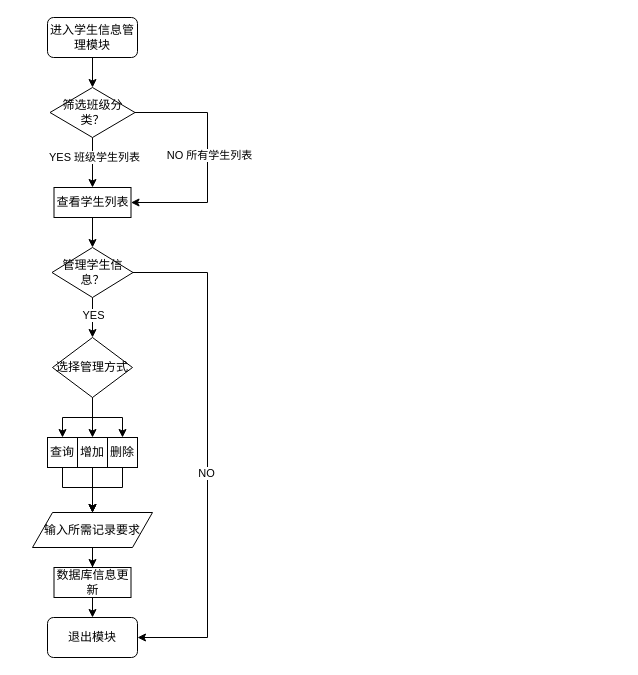
Above: 33Untitled Diagram.drawio in Ekko306/diagrams.net (draw.io), before the change. Source tidied: cells renumbered, new cells numbered last; positions are measured from the earlier drawing's top-left corner, leaving out a move shared by most shapes. Both pictures are drawn from the tidied source at 100%, with x=0, y=0 at pixel (32, 17).
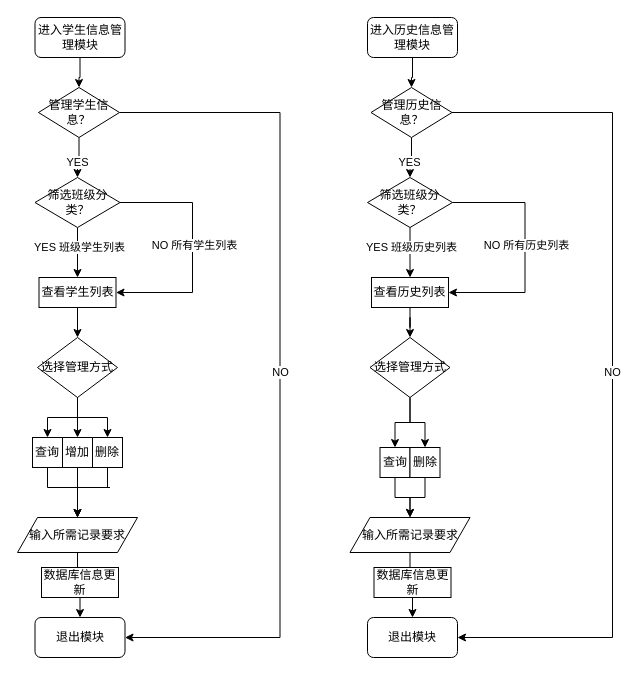
The same diagram, later.

Change to the diagram source:
```diff
@@
-    <mxCell id="2" style="edgeStyle=orthogonalEdgeStyle;rounded=0;jettySize=auto;html=1;entryX=0.5;entryY=0;entryDx=0;entryDy=0;" parent="1" edge="1" source="3" target="8">
-      <mxGeometry relative="1" as="geometry" />
-    </mxCell>
+    <mxCell id="31" style="edgeStyle=orthogonalEdgeStyle;rounded=0;jettySize=auto;html=1;entryX=0.5;entryY=0;entryDx=0;entryDy=0;" parent="1" edge="1" source="3" target="16">
+      <mxGeometry relative="1" as="geometry" />
+    </mxCell>
     <mxCell id="3" value="进入学生信息管理模块" style="rounded=1;whiteSpace=wrap;html=1;" parent="1" vertex="1">
-      <mxGeometry x="15" width="90" height="40" as="geometry" />
+      <mxGeometry x="2.5" width="90" height="40" as="geometry" />
     </mxCell>
-    <mxCell id="4" style="edgeStyle=orthogonalEdgeStyle;rounded=0;jettySize=auto;html=1;entryX=0.5;entryY=0;entryDx=0;entryDy=0;" parent="1" edge="1" source="8" target="11">
-      <mxGeometry relative="1" as="geometry" />
-    </mxCell>
-    <mxCell id="5" value="YES 班级学生列表" style="edgeLabel;html=1;align=center;verticalAlign=middle;" parent="4" vertex="1">
-      <mxGeometry x="-0.23" y="1" relative="1" as="geometry" />
-    </mxCell>
-    <mxCell id="6" style="edgeStyle=orthogonalEdgeStyle;rounded=0;jettySize=auto;html=1;entryX=1;entryY=0.5;entryDx=0;entryDy=0;" parent="1" edge="1" source="8" target="11">
-      <mxGeometry relative="1" as="geometry">
-        <Array as="points">
-          <mxPoint x="175" y="95" />
-          <mxPoint x="175" y="185" />
-        </Array>
-      </mxGeometry>
-    </mxCell>
-    <mxCell id="7" value="NO 所有学生列表" style="edgeLabel;html=1;align=center;verticalAlign=middle;" parent="6" vertex="1">
-      <mxGeometry x="-0.04" y="1" relative="1" as="geometry" />
-    </mxCell>
-    <mxCell id="8" value="筛选班级分类？" style="rhombus;whiteSpace=wrap;html=1;" parent="1" vertex="1">
-      <mxGeometry x="17.5" y="70" width="85" height="50" as="geometry" />
-    </mxCell>
     <mxCell id="9" value="退出模块" style="rounded=1;whiteSpace=wrap;html=1;" parent="1" vertex="1">
-      <mxGeometry x="15" y="600" width="90" height="40" as="geometry" />
+      <mxGeometry x="2.5" y="600" width="90" height="40" as="geometry" />
     </mxCell>
-    <mxCell id="10" style="edgeStyle=orthogonalEdgeStyle;rounded=0;jettySize=auto;html=1;entryX=0.5;entryY=0;entryDx=0;entryDy=0;" parent="1" edge="1" source="11" target="16">
-      <mxGeometry relative="1" as="geometry" />
-    </mxCell>
-    <mxCell id="11" value="查看学生列表" style="rounded=0;whiteSpace=wrap;html=1;" parent="1" vertex="1">
-      <mxGeometry x="21.5" y="170" width="77" height="30" as="geometry" />
-    </mxCell>
-    <mxCell id="12" style="edgeStyle=orthogonalEdgeStyle;rounded=0;jettySize=auto;html=1;entryX=0.5;entryY=0;entryDx=0;entryDy=0;" parent="1" edge="1" source="16">
-      <mxGeometry relative="1" as="geometry">
-        <mxPoint x="60" y="320" as="targetPoint" />
-      </mxGeometry>
-    </mxCell>
-    <mxCell id="13" value="YES" style="edgeLabel;html=1;align=center;verticalAlign=middle;" parent="12" vertex="1">
-      <mxGeometry x="-0.17" relative="1" as="geometry" />
-    </mxCell>
-    <mxCell id="14" style="edgeStyle=orthogonalEdgeStyle;rounded=0;jettySize=auto;html=1;entryX=1;entryY=0.5;entryDx=0;entryDy=0;" parent="1" edge="1" source="16" target="9">
+    <mxCell id="14" value="NO" style="edgeStyle=orthogonalEdgeStyle;rounded=0;jettySize=auto;html=1;entryX=1;entryY=0.5;entryDx=0;entryDy=0;" parent="1" edge="1" source="16" target="9">
       <mxGeometry relative="1" as="geometry">
         <Array as="points">
-          <mxPoint x="175" y="255" />
-          <mxPoint x="175" y="620" />
+          <mxPoint x="247.5" y="95" />
+          <mxPoint x="247.5" y="620" />
         </Array>
       </mxGeometry>
     </mxCell>
-    <mxCell id="15" value="NO" style="edgeLabel;html=1;align=center;verticalAlign=middle;" parent="14" vertex="1">
-      <mxGeometry x="0.08" y="-2" relative="1" as="geometry" />
-    </mxCell>
+    <mxCell id="32" style="edgeStyle=orthogonalEdgeStyle;rounded=0;jettySize=auto;html=1;entryX=0.5;entryY=0;entryDx=0;entryDy=0;" parent="1" edge="1" source="16" target="36">
+      <mxGeometry relative="1" as="geometry" />
+    </mxCell>
+    <mxCell id="33" value="YES" style="edgeLabel;html=1;align=center;verticalAlign=middle;" parent="32" vertex="1">
+      <mxGeometry x="0.26" y="-1" relative="1" as="geometry" />
+    </mxCell>
     <mxCell id="16" value="管理学生信息？" style="rhombus;whiteSpace=wrap;html=1;" parent="1" vertex="1">
-      <mxGeometry x="19.5" y="230" width="81" height="50" as="geometry" />
+      <mxGeometry x="6" y="70" width="81" height="50" as="geometry" />
     </mxCell>
@@
     <mxCell id="20" value="选择管理方式" style="rhombus;whiteSpace=wrap;html=1;" parent="1" vertex="1">
-      <mxGeometry x="20" y="320" width="80" height="60" as="geometry" />
+      <mxGeometry x="5" y="320" width="80" height="60" as="geometry" />
     </mxCell>
     <mxCell id="21" style="edgeStyle=orthogonalEdgeStyle;rounded=0;jettySize=auto;html=1;exitX=0.5;exitY=1;exitDx=0;exitDy=0;entryX=0.5;entryY=0;entryDx=0;entryDy=0;" parent="1" edge="1" source="22" target="28">
       <mxGeometry relative="1" as="geometry">
         <Array as="points">
-          <mxPoint x="30" y="470" />
-          <mxPoint x="60" y="470" />
+          <mxPoint x="17.5" y="470" />
+          <mxPoint x="47.5" y="470" />
         </Array>
       </mxGeometry>
     </mxCell>
     <mxCell id="22" value="查询" style="rounded=0;whiteSpace=wrap;html=1;" parent="1" vertex="1">
-      <mxGeometry x="15" y="420" width="30" height="30" as="geometry" />
+      <mxGeometry y="420" width="30" height="30" as="geometry" />
     </mxCell>
@@
     <mxCell id="24" value="增加" style="rounded=0;whiteSpace=wrap;html=1;" parent="1" vertex="1">
-      <mxGeometry x="45" y="420" width="30" height="30" as="geometry" />
+      <mxGeometry x="30" y="420" width="30" height="30" as="geometry" />
     </mxCell>
     <mxCell id="25" style="edgeStyle=orthogonalEdgeStyle;rounded=0;jettySize=auto;html=1;exitX=0.5;exitY=1;exitDx=0;exitDy=0;entryX=0.5;entryY=0;entryDx=0;entryDy=0;" parent="1" edge="1" source="26" target="28">
       <mxGeometry relative="1" as="geometry">
         <Array as="points">
-          <mxPoint x="90" y="470" />
-          <mxPoint x="60" y="470" />
+          <mxPoint x="77.5" y="470" />
+          <mxPoint x="47.5" y="470" />
         </Array>
       </mxGeometry>
     </mxCell>
     <mxCell id="26" value="删除" style="rounded=0;whiteSpace=wrap;html=1;" parent="1" vertex="1">
-      <mxGeometry x="75" y="420" width="30" height="30" as="geometry" />
+      <mxGeometry x="60" y="420" width="30" height="30" as="geometry" />
     </mxCell>
@@
     <mxCell id="28" value="输入所需记录要求" style="shape=parallelogram;perimeter=parallelogramPerimeter;whiteSpace=wrap;html=1;fixedSize=1;" parent="1" vertex="1">
-      <mxGeometry y="495" width="120" height="35" as="geometry" />
+      <mxGeometry x="-15" y="500" width="120" height="35" as="geometry" />
     </mxCell>
@@
     <mxCell id="30" value="数据库信息更新" style="rounded=0;whiteSpace=wrap;html=1;" parent="1" vertex="1">
-      <mxGeometry x="21.5" y="550" width="77" height="30" as="geometry" />
+      <mxGeometry x="9" y="550" width="77" height="30" as="geometry" />
     </mxCell>
+    <mxCell id="34" style="edgeStyle=orthogonalEdgeStyle;rounded=0;jettySize=auto;html=1;entryX=0.5;entryY=0;entryDx=0;entryDy=0;" parent="1" edge="1" source="36" target="11">
+      <mxGeometry relative="1" as="geometry" />
+    </mxCell>
+    <mxCell id="5" value="YES 班级学生列表" style="edgeLabel;html=1;align=center;verticalAlign=middle;" parent="34" vertex="1">
+      <mxGeometry x="-0.23" y="1" relative="1" as="geometry" />
+    </mxCell>
+    <mxCell id="35" style="edgeStyle=orthogonalEdgeStyle;rounded=0;jettySize=auto;html=1;entryX=1;entryY=0.5;entryDx=0;entryDy=0;" parent="1" edge="1" source="36" target="11">
+      <mxGeometry relative="1" as="geometry">
+        <Array as="points">
+          <mxPoint x="160" y="185" />
+          <mxPoint x="160" y="275" />
+        </Array>
+      </mxGeometry>
+    </mxCell>
+    <mxCell id="7" value="NO 所有学生列表" style="edgeLabel;html=1;align=center;verticalAlign=middle;" parent="35" vertex="1">
+      <mxGeometry x="-0.04" y="1" relative="1" as="geometry" />
+    </mxCell>
+    <mxCell id="36" value="筛选班级分类？" style="rhombus;whiteSpace=wrap;html=1;" parent="1" vertex="1">
+      <mxGeometry x="2.5" y="160" width="85" height="50" as="geometry" />
+    </mxCell>
+    <mxCell id="37" style="edgeStyle=orthogonalEdgeStyle;rounded=0;jettySize=auto;html=1;" parent="1" edge="1" source="11" target="20">
+      <mxGeometry relative="1" as="geometry" />
+    </mxCell>
+    <mxCell id="11" value="查看学生列表" style="rounded=0;whiteSpace=wrap;html=1;" parent="1" vertex="1">
+      <mxGeometry x="6.5" y="260" width="77" height="30" as="geometry" />
+    </mxCell>
+    <mxCell id="38" style="edgeStyle=orthogonalEdgeStyle;rounded=0;jettySize=auto;html=1;entryX=0.5;entryY=0;entryDx=0;entryDy=0;" parent="1" edge="1" source="39" target="44">
+      <mxGeometry relative="1" as="geometry" />
+    </mxCell>
+    <mxCell id="39" value="进入历史信息管理模块" style="rounded=1;whiteSpace=wrap;html=1;" parent="1" vertex="1">
+      <mxGeometry x="335" width="90" height="40" as="geometry" />
+    </mxCell>
+    <mxCell id="40" value="退出模块" style="rounded=1;whiteSpace=wrap;html=1;" parent="1" vertex="1">
+      <mxGeometry x="335" y="600" width="90" height="40" as="geometry" />
+    </mxCell>
+    <mxCell id="41" value="NO" style="edgeStyle=orthogonalEdgeStyle;rounded=0;jettySize=auto;html=1;entryX=1;entryY=0.5;entryDx=0;entryDy=0;" parent="1" edge="1" source="44" target="40">
+      <mxGeometry relative="1" as="geometry">
+        <Array as="points">
+          <mxPoint x="580" y="95" />
+          <mxPoint x="580" y="620" />
+        </Array>
+      </mxGeometry>
+    </mxCell>
+    <mxCell id="42" style="edgeStyle=orthogonalEdgeStyle;rounded=0;jettySize=auto;html=1;entryX=0.5;entryY=0;entryDx=0;entryDy=0;" parent="1" edge="1" source="44" target="60">
+      <mxGeometry relative="1" as="geometry" />
+    </mxCell>
+    <mxCell id="43" value="YES" style="edgeLabel;html=1;align=center;verticalAlign=middle;" parent="42" vertex="1">
+      <mxGeometry x="0.26" y="-1" relative="1" as="geometry" />
+    </mxCell>
+    <mxCell id="44" value="管理历史信息？" style="rhombus;whiteSpace=wrap;html=1;" parent="1" vertex="1">
+      <mxGeometry x="338.5" y="70" width="81" height="50" as="geometry" />
+    </mxCell>
+    <mxCell id="45" style="edgeStyle=orthogonalEdgeStyle;rounded=0;jettySize=auto;html=1;entryX=0.5;entryY=0;entryDx=0;entryDy=0;" parent="1" edge="1" source="47" target="49">
+      <mxGeometry relative="1" as="geometry" />
+    </mxCell>
+    <mxCell id="46" style="edgeStyle=orthogonalEdgeStyle;rounded=0;jettySize=auto;html=1;entryX=0.5;entryY=0;entryDx=0;entryDy=0;" parent="1" edge="1" source="47" target="51">
+      <mxGeometry relative="1" as="geometry" />
+    </mxCell>
+    <mxCell id="47" value="选择管理方式" style="rhombus;whiteSpace=wrap;html=1;" parent="1" vertex="1">
+      <mxGeometry x="337.5" y="320" width="80" height="60" as="geometry" />
+    </mxCell>
+    <mxCell id="48" style="edgeStyle=orthogonalEdgeStyle;rounded=0;jettySize=auto;html=1;" parent="1" edge="1" source="49" target="53">
+      <mxGeometry relative="1" as="geometry" />
+    </mxCell>
+    <mxCell id="49" value="查询" style="rounded=0;whiteSpace=wrap;html=1;" parent="1" vertex="1">
+      <mxGeometry x="347.5" y="430" width="30" height="30" as="geometry" />
+    </mxCell>
+    <mxCell id="50" style="edgeStyle=orthogonalEdgeStyle;rounded=0;jettySize=auto;html=1;entryX=0.5;entryY=0;entryDx=0;entryDy=0;" parent="1" edge="1" source="51" target="53">
+      <mxGeometry relative="1" as="geometry" />
+    </mxCell>
+    <mxCell id="51" value="删除" style="rounded=0;whiteSpace=wrap;html=1;" parent="1" vertex="1">
+      <mxGeometry x="377.5" y="430" width="30" height="30" as="geometry" />
+    </mxCell>
+    <mxCell id="52" style="edgeStyle=orthogonalEdgeStyle;rounded=0;jettySize=auto;html=1;entryX=0.5;entryY=0;entryDx=0;entryDy=0;" parent="1" edge="1" source="53" target="55">
+      <mxGeometry relative="1" as="geometry" />
+    </mxCell>
+    <mxCell id="53" value="输入所需记录要求" style="shape=parallelogram;perimeter=parallelogramPerimeter;whiteSpace=wrap;html=1;fixedSize=1;" parent="1" vertex="1">
+      <mxGeometry x="317.5" y="500" width="120" height="35" as="geometry" />
+    </mxCell>
+    <mxCell id="54" style="edgeStyle=orthogonalEdgeStyle;rounded=0;jettySize=auto;html=1;exitX=0.5;exitY=1;exitDx=0;exitDy=0;entryX=0.5;entryY=0;entryDx=0;entryDy=0;" parent="1" edge="1" source="55" target="40">
+      <mxGeometry relative="1" as="geometry" />
+    </mxCell>
+    <mxCell id="55" value="数据库信息更新" style="rounded=0;whiteSpace=wrap;html=1;" parent="1" vertex="1">
+      <mxGeometry x="341.5" y="550" width="77" height="30" as="geometry" />
+    </mxCell>
+    <mxCell id="56" style="edgeStyle=orthogonalEdgeStyle;rounded=0;jettySize=auto;html=1;entryX=0.5;entryY=0;entryDx=0;entryDy=0;" parent="1" edge="1" source="60" target="62">
+      <mxGeometry relative="1" as="geometry" />
+    </mxCell>
+    <mxCell id="57" value="YES 班级历史列表" style="edgeLabel;html=1;align=center;verticalAlign=middle;" parent="56" vertex="1">
+      <mxGeometry x="-0.23" y="1" relative="1" as="geometry" />
+    </mxCell>
+    <mxCell id="58" style="edgeStyle=orthogonalEdgeStyle;rounded=0;jettySize=auto;html=1;entryX=1;entryY=0.5;entryDx=0;entryDy=0;" parent="1" edge="1" source="60" target="62">
+      <mxGeometry relative="1" as="geometry">
+        <Array as="points">
+          <mxPoint x="492.5" y="185" />
+          <mxPoint x="492.5" y="275" />
+        </Array>
+      </mxGeometry>
+    </mxCell>
+    <mxCell id="59" value="NO 所有历史列表" style="edgeLabel;html=1;align=center;verticalAlign=middle;" parent="58" vertex="1">
+      <mxGeometry x="-0.04" y="1" relative="1" as="geometry" />
+    </mxCell>
+    <mxCell id="60" value="筛选班级分类？" style="rhombus;whiteSpace=wrap;html=1;" parent="1" vertex="1">
+      <mxGeometry x="335" y="160" width="85" height="50" as="geometry" />
+    </mxCell>
+    <mxCell id="61" style="edgeStyle=orthogonalEdgeStyle;rounded=0;jettySize=auto;html=1;" parent="1" edge="1" source="62" target="47">
+      <mxGeometry relative="1" as="geometry" />
+    </mxCell>
+    <mxCell id="62" value="查看历史列表" style="rounded=0;whiteSpace=wrap;html=1;" parent="1" vertex="1">
+      <mxGeometry x="339" y="260" width="77" height="30" as="geometry" />
+    </mxCell>
```
